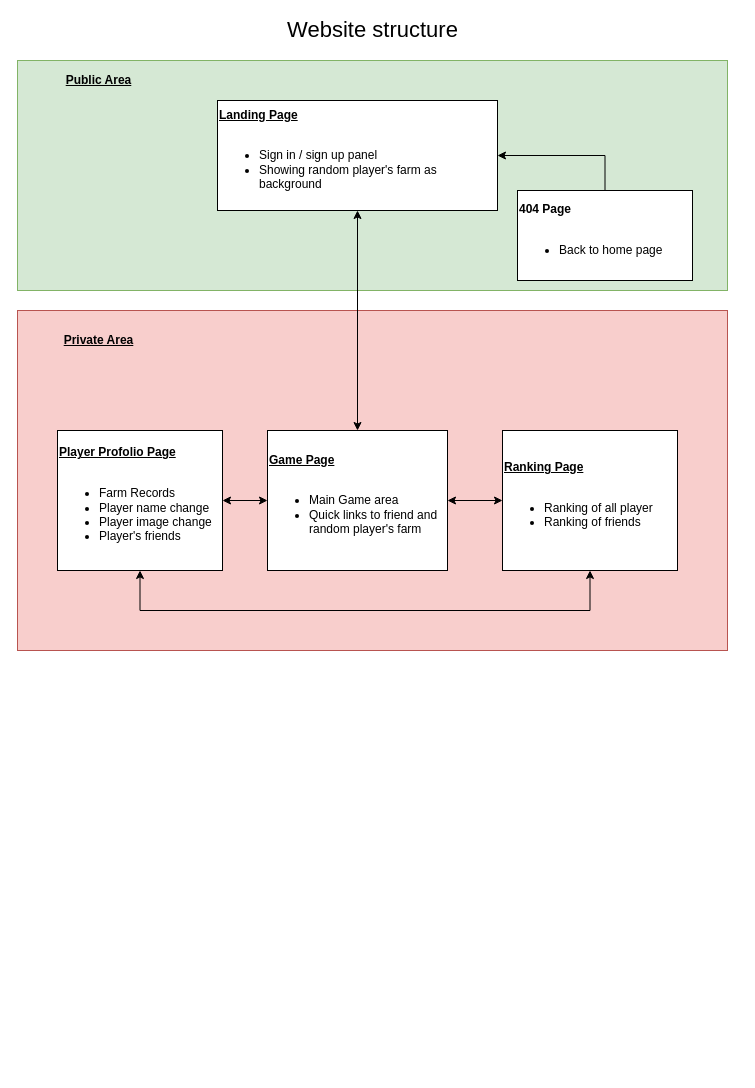
HarryAtWorld/Tecky_Pixel_Farm keeps this draw.io diagram as Read_Me/Design.drawio. Above is the earlier version. Source tidied: cells renumbered, new cells numbered last; positions are measured from the earlier drawing's top-left corner, leaving out a move shared by most shapes. Both pictures are drawn from the tidied source at 100%, with x=0, y=0 at pixel (17, 20).
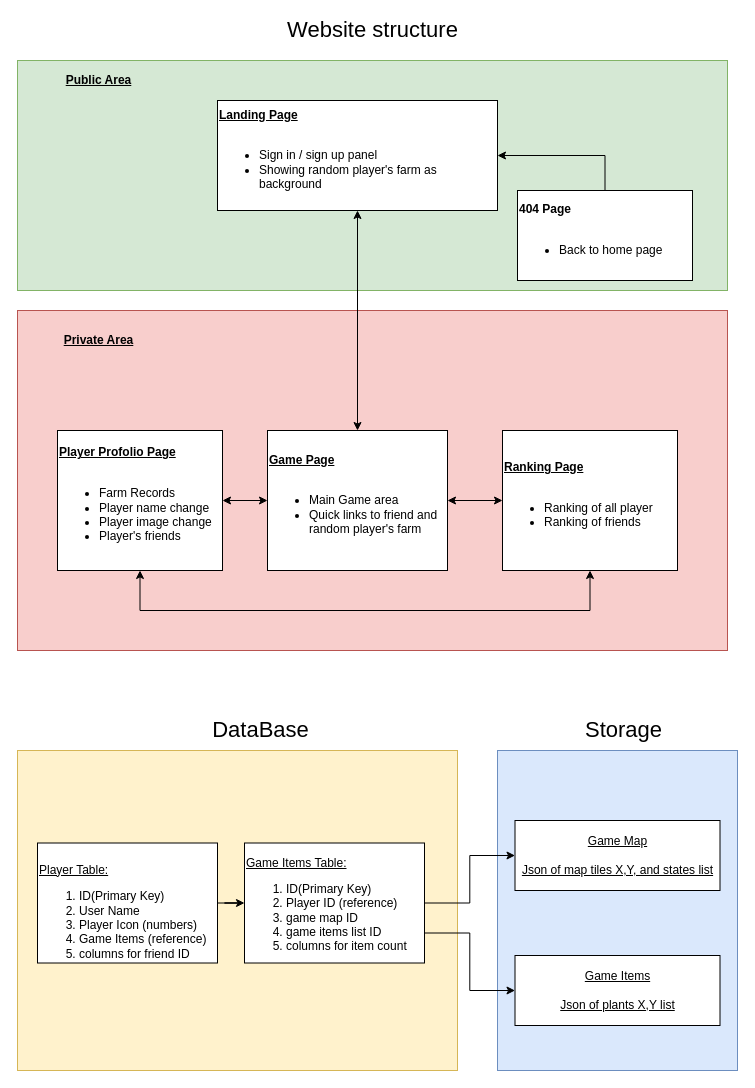
The same diagram, later.

Commit message:
Design framework update

Diff of the diagram source:
```diff
@@
+    <mxCell id="17" style="rounded=0;whiteSpace=wrap;html=1;fillColor=#dae8fc;strokeColor=#6c8ebf;" parent="1" vertex="1">
+      <mxGeometry x="480" y="730" width="240" height="320" as="geometry" />
+    </mxCell>
+    <mxCell id="18" style="rounded=0;whiteSpace=wrap;html=1;fillColor=#fff2cc;strokeColor=#d6b656;" parent="1" vertex="1">
+      <mxGeometry y="730" width="440" height="320" as="geometry" />
+    </mxCell>
@@
+    <mxCell id="19" style="edgeStyle=orthogonalEdgeStyle;rounded=0;jettySize=auto;html=1;" parent="1" edge="1" source="20" target="23">
+      <mxGeometry relative="1" as="geometry" />
+    </mxCell>
+    <mxCell id="20" value="&lt;br&gt;&lt;br&gt;&lt;span&gt;&lt;u&gt;Player Table:&lt;/u&gt;&lt;br&gt;&lt;ol&gt;&lt;li&gt;&lt;span&gt;ID(Primary Key)&lt;/span&gt;&lt;/li&gt;&lt;li&gt;User Name&lt;/li&gt;&lt;li&gt;Player Icon (numbers)&lt;/li&gt;&lt;li&gt;Game Items (reference)&lt;/li&gt;&lt;li&gt;columns for friend ID&lt;/li&gt;&lt;/ol&gt;&lt;/span&gt;" style="rounded=0;whiteSpace=wrap;html=1;shadow=0;glass=0;comic=0;align=left;" parent="1" vertex="1">
+      <mxGeometry x="20" y="822.5" width="180" height="120" as="geometry" />
+    </mxCell>
+    <mxCell id="21" style="edgeStyle=orthogonalEdgeStyle;rounded=0;jettySize=auto;html=1;exitX=1;exitY=0.5;exitDx=0;exitDy=0;entryX=0;entryY=0.5;entryDx=0;entryDy=0;" parent="1" edge="1" source="23" target="25">
+      <mxGeometry relative="1" as="geometry" />
+    </mxCell>
+    <mxCell id="22" style="edgeStyle=orthogonalEdgeStyle;rounded=0;jettySize=auto;html=1;exitX=1;exitY=0.75;exitDx=0;exitDy=0;entryX=0;entryY=0.5;entryDx=0;entryDy=0;" parent="1" edge="1" source="23" target="26">
+      <mxGeometry relative="1" as="geometry" />
+    </mxCell>
+    <mxCell id="23" value="&lt;br&gt;&lt;span&gt;&lt;u&gt;Game Items Table:&lt;/u&gt;&lt;br&gt;&lt;ol&gt;&lt;li&gt;ID(Primary Key)&lt;/li&gt;&lt;li&gt;Player ID (reference)&lt;/li&gt;&lt;li&gt;game map ID&lt;/li&gt;&lt;li&gt;game items list ID&lt;/li&gt;&lt;li&gt;columns for item count&lt;/li&gt;&lt;/ol&gt;&lt;/span&gt;" style="rounded=0;whiteSpace=wrap;html=1;shadow=0;glass=0;comic=0;align=left;" parent="1" vertex="1">
+      <mxGeometry x="227" y="822.5" width="180" height="120" as="geometry" />
+    </mxCell>
+    <mxCell id="24" value="&lt;font style=&quot;font-size: 22px&quot;&gt;DataBase&lt;/font&gt;" style="text;html=1;strokeColor=none;fillColor=none;align=center;verticalAlign=middle;whiteSpace=wrap;rounded=0;shadow=0;glass=0;comic=0;" parent="1" vertex="1">
+      <mxGeometry x="139.5" y="700" width="207" height="20" as="geometry" />
+    </mxCell>
+    <mxCell id="25" value="&lt;u&gt;Game Map&lt;br&gt;&lt;br&gt;Json of map tiles X,Y, and states list&lt;br&gt;&lt;/u&gt;" style="rounded=0;whiteSpace=wrap;html=1;" parent="1" vertex="1">
+      <mxGeometry x="497.5" y="800" width="205" height="70" as="geometry" />
+    </mxCell>
+    <mxCell id="26" value="&lt;u&gt;Game Items&lt;br&gt;&lt;br&gt;Json of plants X,Y list&lt;br&gt;&lt;/u&gt;" style="rounded=0;whiteSpace=wrap;html=1;" parent="1" vertex="1">
+      <mxGeometry x="497.5" y="935" width="205" height="70" as="geometry" />
+    </mxCell>
+    <mxCell id="27" value="&lt;font style=&quot;font-size: 22px&quot;&gt;Storage&lt;/font&gt;" style="text;html=1;strokeColor=none;fillColor=none;align=center;verticalAlign=middle;whiteSpace=wrap;rounded=0;shadow=0;glass=0;comic=0;" parent="1" vertex="1">
+      <mxGeometry x="503" y="700" width="207" height="20" as="geometry" />
+    </mxCell>
```
